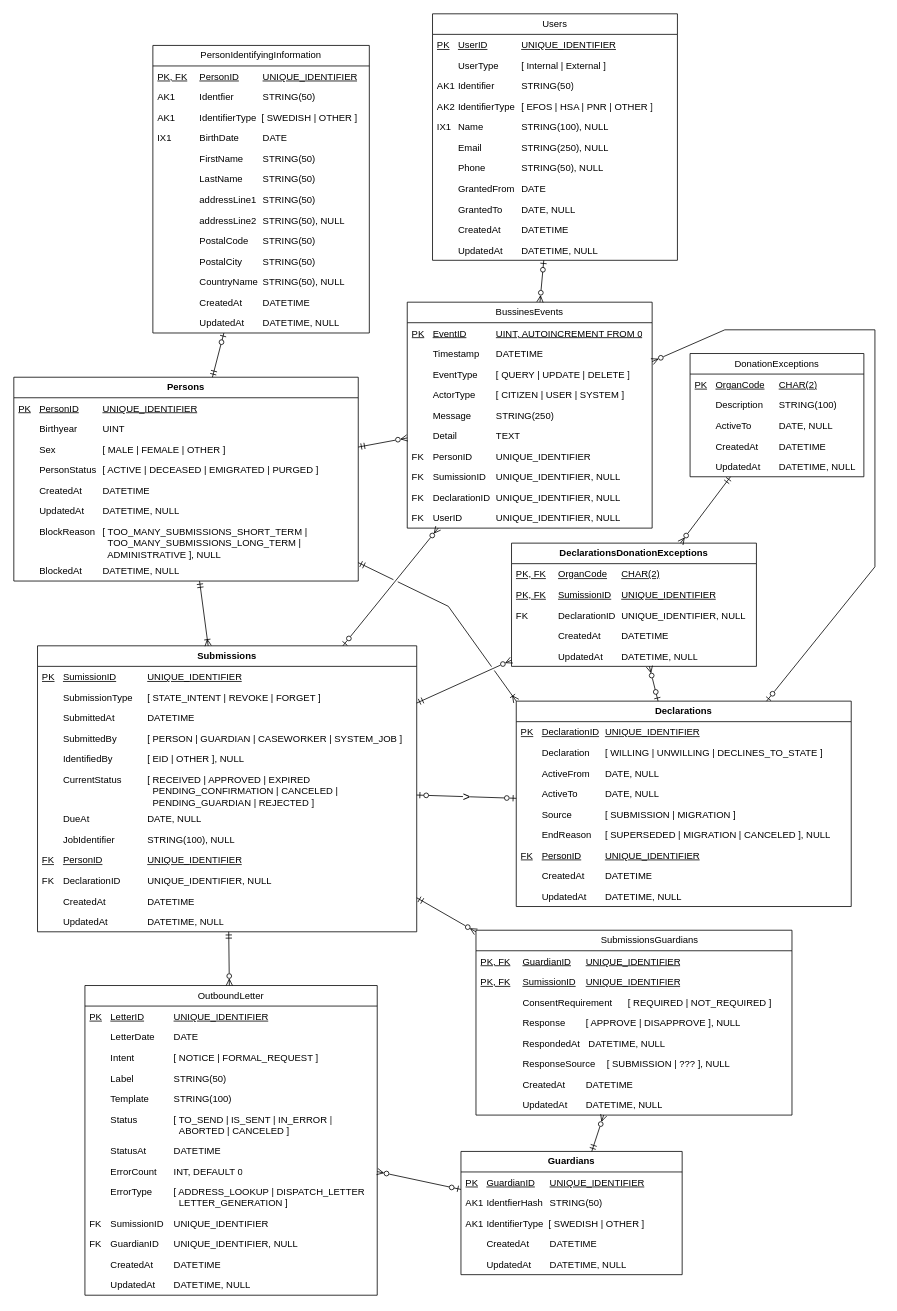
Above: page "Stående Logisk modell" (8 of 9) of Donationsregister.drawio in bhagqvist-consid/ICD11 (draw.io), before the change. Source tidied: cells renumbered, new cells numbered last; positions are measured from the earlier drawing's top-left corner, leaving out a move shared by most shapes. Both pictures are drawn from the tidied source at 79%, with x=0, y=0 at pixel (13, 13).
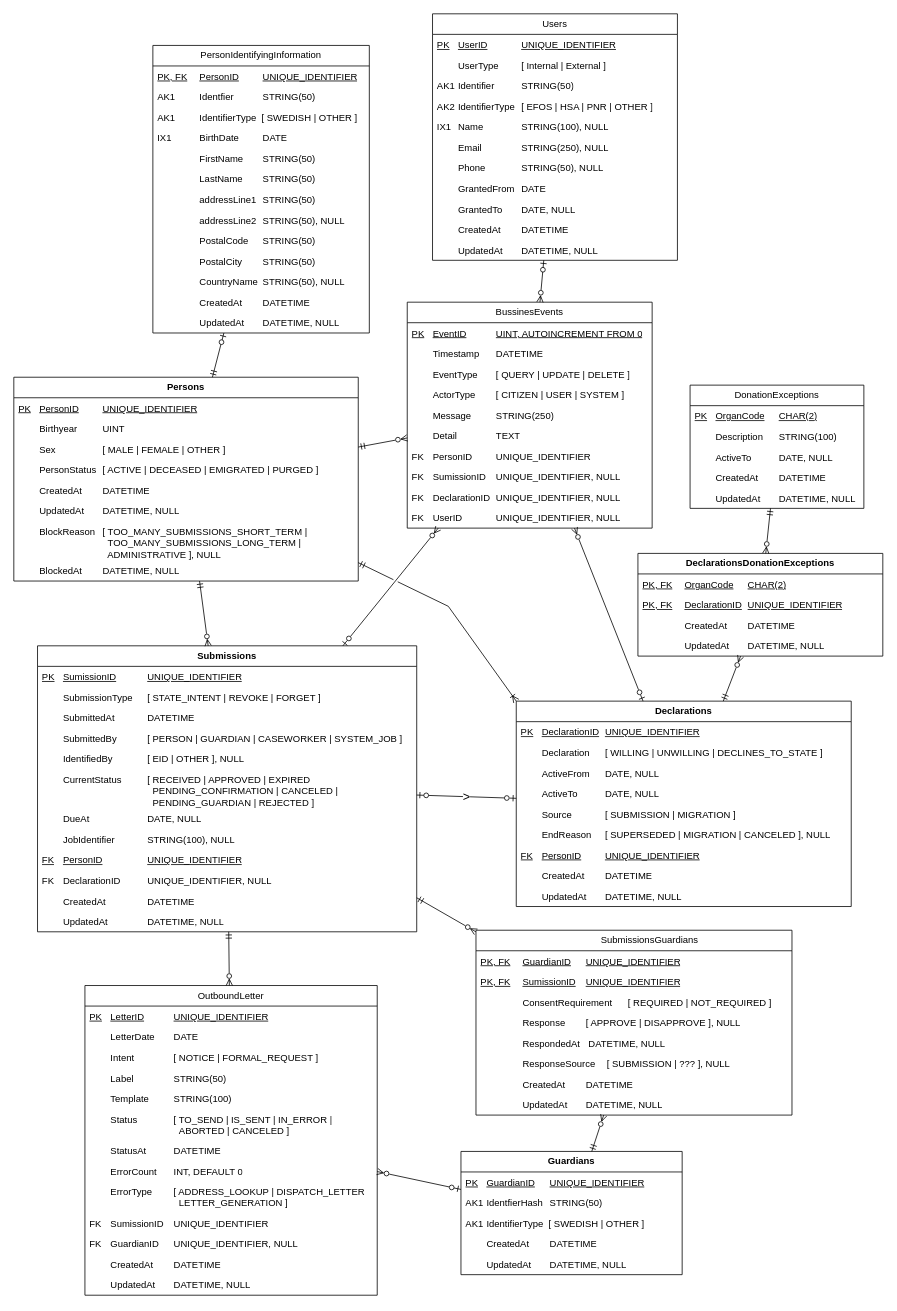
The same diagram, later.

The change refers to these unchanged cells:
```xml
<mxCell id="2" value="Persons" style="swimlane;fontStyle=1;horizontal=1;startSize=26;fillColor=none;whiteSpace=wrap;html=1;" parent="1" vertex="1">
  <mxGeometry y="460" width="436" height="258" as="geometry" />
</mxCell>
<mxCell id="11" value="Submissions" style="swimlane;fontStyle=1;horizontal=1;startSize=26;fillColor=none;whiteSpace=wrap;html=1;" parent="1" vertex="1">
  <mxGeometry x="30" y="800" width="480" height="362" as="geometry" />
</mxCell>
<mxCell id="24" value="Declarations" style="swimlane;fontStyle=1;horizontal=1;startSize=26;fillColor=none;whiteSpace=wrap;html=1;" parent="1" vertex="1">
  <mxGeometry x="636" y="870" width="424" height="260" as="geometry" />
</mxCell>
<mxCell id="68" value="BussinesEvents" style="swimlane;fontStyle=0;horizontal=1;startSize=26;fillColor=none;whiteSpace=wrap;html=1;" parent="1" vertex="1">
  <mxGeometry x="498" y="365" width="310" height="286" as="geometry" />
</mxCell>
```

What changed in the source:
```diff
@@
     <mxCell id="91" value="DonationExceptions" style="swimlane;fontStyle=0;horizontal=1;startSize=26;fillColor=none;whiteSpace=wrap;html=1;" parent="1" vertex="1">
-      <mxGeometry x="856" y="430" width="220" height="156" as="geometry" />
+      <mxGeometry x="856" y="470" width="220" height="156" as="geometry" />
     </mxCell>
@@
     <mxCell id="97" value="DeclarationsDonationExceptions" style="swimlane;fontStyle=1;horizontal=1;startSize=26;fillColor=none;whiteSpace=wrap;html=1;" parent="1" vertex="1">
-      <mxGeometry x="630" y="670" width="310" height="156" as="geometry" />
+      <mxGeometry x="790" y="683" width="310" height="130" as="geometry" />
     </mxCell>
@@
-    <mxCell id="99" value="PK, FK&lt;span style=&quot;white-space: pre;&quot;&gt;&lt;span style=&quot;white-space: pre;&quot;&gt;&#9;&lt;/span&gt;&lt;/span&gt;SumissionID&lt;span style=&quot;white-space: pre;&quot;&gt;&#9;&lt;/span&gt;UNIQUE_IDENTIFIER" style="text;strokeColor=none;fillColor=none;align=left;verticalAlign=top;spacingLeft=4;spacingRight=4;overflow=hidden;whiteSpace=wrap;html=1;fontStyle=4;" parent="97" vertex="1">
-      <mxGeometry y="52" width="310" height="26" as="geometry" />
-    </mxCell>
-    <mxCell id="100" value="FK&lt;span style=&quot;white-space: pre;&quot;&gt;&#9;&lt;/span&gt;&lt;span style=&quot;white-space: pre;&quot;&gt;&#9;&lt;/span&gt;DeclarationID&lt;span style=&quot;white-space: pre;&quot;&gt;&#9;&lt;/span&gt;UNIQUE_IDENTIFIER, NULL" style="text;strokeColor=none;fillColor=none;align=left;verticalAlign=top;spacingLeft=4;spacingRight=4;overflow=hidden;whiteSpace=wrap;html=1;fontStyle=0;" parent="97" vertex="1">
-      <mxGeometry y="78" width="310" height="26" as="geometry" />
-    </mxCell>
+    <mxCell id="127" value="PK, FK&lt;span style=&quot;white-space: pre;&quot;&gt;&lt;span style=&quot;white-space: pre;&quot;&gt;&#9;&lt;/span&gt;&lt;/span&gt;DeclarationID&lt;span style=&quot;white-space: pre;&quot;&gt;&#9;&lt;/span&gt;UNIQUE_IDENTIFIER" style="text;strokeColor=none;fillColor=none;align=left;verticalAlign=top;spacingLeft=4;spacingRight=4;overflow=hidden;whiteSpace=wrap;html=1;fontStyle=4;" parent="97" vertex="1">
+      <mxGeometry y="52" width="310" height="26" as="geometry" />
+    </mxCell>
     <mxCell id="101" value="&lt;span style=&quot;white-space: pre;&quot;&gt;&lt;span style=&quot;white-space: pre;&quot;&gt;&#9;&lt;/span&gt;&#9;&lt;/span&gt;CreatedAt&amp;nbsp; &lt;span style=&quot;white-space: pre;&quot;&gt;&#9;&lt;/span&gt;DATETIME" style="text;strokeColor=none;fillColor=none;align=left;verticalAlign=top;spacingLeft=4;spacingRight=4;overflow=hidden;whiteSpace=wrap;html=1;" parent="97" vertex="1">
-      <mxGeometry y="104" width="310" height="26" as="geometry" />
+      <mxGeometry y="78" width="310" height="26" as="geometry" />
     </mxCell>
     <mxCell id="102" value="&lt;span style=&quot;white-space: pre;&quot;&gt;&lt;span style=&quot;white-space: pre;&quot;&gt;&#9;&lt;/span&gt;&#9;&lt;/span&gt;UpdatedAt&amp;nbsp; &lt;span style=&quot;white-space: pre;&quot;&gt;&#9;&lt;/span&gt;DATETIME, NULL" style="text;strokeColor=none;fillColor=none;align=left;verticalAlign=top;spacingLeft=4;spacingRight=4;overflow=hidden;whiteSpace=wrap;html=1;" parent="97" vertex="1">
-      <mxGeometry y="130" width="310" height="26" as="geometry" />
+      <mxGeometry y="104" width="310" height="26" as="geometry" />
     </mxCell>
@@
-    <mxCell id="113" style="fontSize=12;html=1;endArrow=ERzeroToOne;startArrow=ERzeroToMany;rounded=0;startFill=0;" parent="1" edge="1" source="97" target="24">
+    <mxCell id="113" style="fontSize=12;html=1;endArrow=ERmandOne;startArrow=ERzeroToMany;rounded=0;startFill=0;endFill=0;" parent="1" edge="1" source="97" target="24">
       <mxGeometry relative="1" as="geometry" />
     </mxCell>
     <mxCell id="114" style="fontSize=12;html=1;endArrow=ERzeroToOne;startArrow=ERzeroToMany;rounded=0;startFill=0;endFill=0;" parent="1" edge="1" source="68" target="24">
-      <mxGeometry relative="1" as="geometry">
-        <Array as="points">
-          <mxPoint x="900" y="400" />
-          <mxPoint x="1090" y="400" />
-          <mxPoint x="1090" y="700" />
-        </Array>
-      </mxGeometry>
+      <mxGeometry relative="1" as="geometry" />
     </mxCell>
@@
-    <mxCell id="124" style="fontSize=12;html=1;endArrow=ERmandOne;startArrow=ERzeroToMany;rounded=0;startFill=0;endFill=0;" parent="1" edge="1" source="97" target="11">
-      <mxGeometry relative="1" as="geometry" />
-    </mxCell>
@@
-    <mxCell id="126" style="fontSize=12;html=1;endArrow=ERmandOne;startArrow=ERoneToMany;rounded=0;startFill=0;endFill=0;" parent="1" edge="1" source="11" target="2">
+    <mxCell id="126" style="fontSize=12;html=1;endArrow=ERmandOne;startArrow=ERzeroToMany;rounded=0;startFill=0;endFill=0;" parent="1" edge="1" source="11" target="2">
       <mxGeometry relative="1" as="geometry" />
     </mxCell>
```
